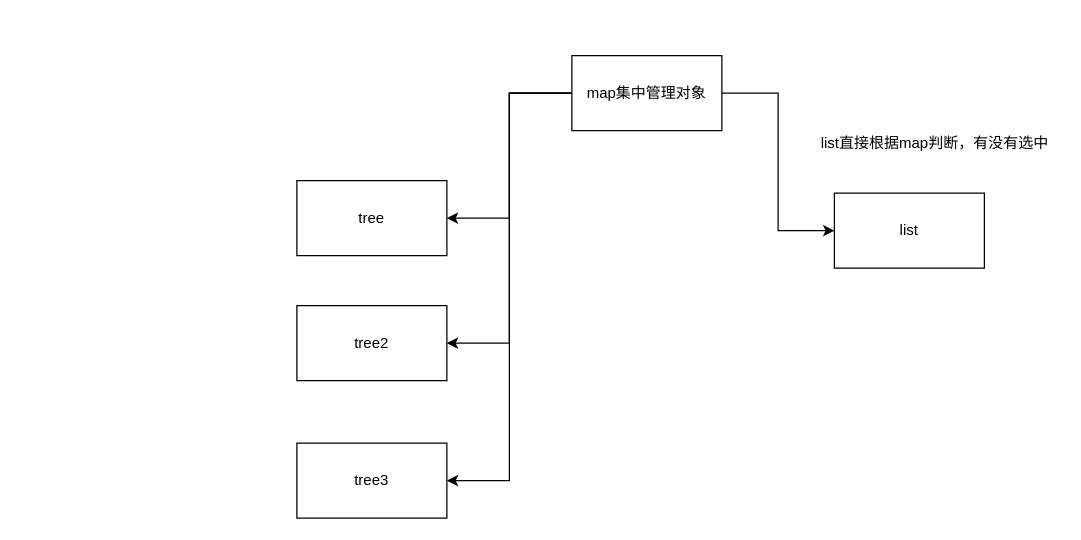
swliu920322/google-charts keeps this draw.io diagram as Untitled Diagram.drawio. Above is the earlier version. Source tidied: cells renumbered, new cells numbered last; positions are measured from the earlier drawing's top-left corner, leaving out a move shared by most shapes. Both pictures are drawn from the tidied source at 125%, with x=0, y=0 at pixel (296, 55).
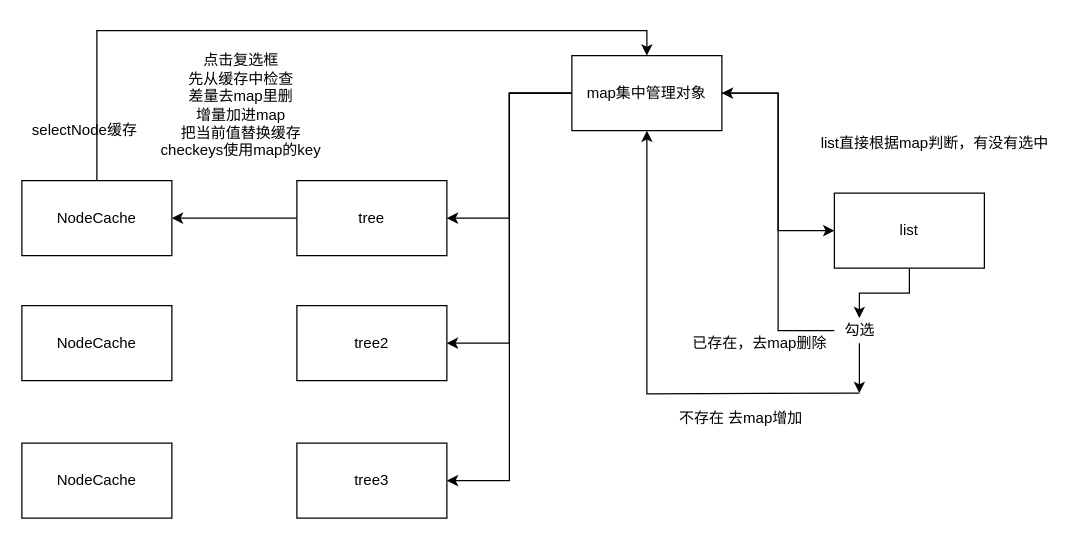
After the change.

Unchanged cells that the change refers to:
```xml
<mxCell id="6" value="map集中管理对象" style="rounded=0;whiteSpace=wrap;html=1;" parent="1" vertex="1">
  <mxGeometry x="220" width="120" height="60" as="geometry" />
</mxCell>
<mxCell id="7" value="tree" style="rounded=0;whiteSpace=wrap;html=1;" parent="1" vertex="1">
  <mxGeometry y="100" width="120" height="60" as="geometry" />
</mxCell>
<mxCell id="10" value="list" style="rounded=0;whiteSpace=wrap;html=1;" parent="1" vertex="1">
  <mxGeometry x="430" y="110" width="120" height="60" as="geometry" />
</mxCell>
```

Change to the diagram source:
```diff
@@
+    <mxCell id="12" style="edgeStyle=orthogonalEdgeStyle;rounded=0;jettySize=auto;html=1;" parent="1" edge="1" source="7" target="20">
+      <mxGeometry relative="1" as="geometry" />
+    </mxCell>
@@
+    <mxCell id="13" style="edgeStyle=orthogonalEdgeStyle;rounded=0;jettySize=auto;html=1;" parent="1" edge="1" source="10" target="16">
+      <mxGeometry relative="1" as="geometry" />
+    </mxCell>
@@
+    <mxCell id="14" style="edgeStyle=orthogonalEdgeStyle;rounded=0;jettySize=auto;html=1;" parent="1" edge="1" source="16">
+      <mxGeometry relative="1" as="geometry">
+        <mxPoint x="450" y="270" as="targetPoint" />
+      </mxGeometry>
+    </mxCell>
+    <mxCell id="15" style="edgeStyle=orthogonalEdgeStyle;rounded=0;jettySize=auto;html=1;entryX=1;entryY=0.5;entryDx=0;entryDy=0;" parent="1" edge="1" source="16" target="6">
+      <mxGeometry relative="1" as="geometry" />
+    </mxCell>
+    <mxCell id="16" value="勾选" style="text;html=1;align=center;verticalAlign=middle;points=[];strokeColor=none;" parent="1" vertex="1">
+      <mxGeometry x="430" y="210" width="40" height="20" as="geometry" />
+    </mxCell>
+    <mxCell id="17" style="edgeStyle=orthogonalEdgeStyle;rounded=0;jettySize=auto;html=1;entryX=0.5;entryY=1;entryDx=0;entryDy=0;" parent="1" edge="1" target="6">
+      <mxGeometry relative="1" as="geometry">
+        <mxPoint x="450" y="270" as="sourcePoint" />
+      </mxGeometry>
+    </mxCell>
+    <mxCell id="18" value="不存在 去map增加" style="text;html=1;align=center;verticalAlign=middle;strokeColor=none;" parent="1" vertex="1">
+      <mxGeometry x="300" y="280" width="110" height="20" as="geometry" />
+    </mxCell>
+    <mxCell id="19" value="已存在，去map删除" style="text;html=1;align=center;verticalAlign=middle;strokeColor=none;" parent="1" vertex="1">
+      <mxGeometry x="310" y="220" width="120" height="20" as="geometry" />
+    </mxCell>
+    <mxCell id="20" value="NodeCache" style="rounded=0;whiteSpace=wrap;html=1;" parent="1" vertex="1">
+      <mxGeometry x="-220" y="100" width="120" height="60" as="geometry" />
+    </mxCell>
+    <mxCell id="21" value="点击复选框&lt;br&gt;先从缓存中检查&lt;br&gt;差量去map里删&lt;br&gt;增量加进map&lt;br&gt;把当前值替换缓存&lt;br&gt;checkeys使用map的key" style="text;html=1;align=center;verticalAlign=middle;strokeColor=none;" parent="1" vertex="1">
+      <mxGeometry x="-115" y="-5" width="140" height="90" as="geometry" />
+    </mxCell>
+    <mxCell id="22" style="edgeStyle=orthogonalEdgeStyle;rounded=0;jettySize=auto;html=1;entryX=0.5;entryY=0;entryDx=0;entryDy=0;exitX=0.5;exitY=0;exitDx=0;exitDy=0;" parent="1" edge="1" source="20" target="6">
+      <mxGeometry relative="1" as="geometry">
+        <Array as="points">
+          <mxPoint x="-160" y="-20" />
+          <mxPoint x="280" y="-20" />
+        </Array>
+      </mxGeometry>
+    </mxCell>
+    <mxCell id="23" value="selectNode缓存" style="text;html=1;align=center;verticalAlign=middle;strokeColor=none;" parent="1" vertex="1">
+      <mxGeometry x="-220" y="50" width="100" height="20" as="geometry" />
+    </mxCell>
+    <mxCell id="24" value="NodeCache" style="rounded=0;whiteSpace=wrap;html=1;" parent="1" vertex="1">
+      <mxGeometry x="-220" y="200" width="120" height="60" as="geometry" />
+    </mxCell>
+    <mxCell id="25" value="NodeCache" style="rounded=0;whiteSpace=wrap;html=1;" parent="1" vertex="1">
+      <mxGeometry x="-220" y="310" width="120" height="60" as="geometry" />
+    </mxCell>
```
